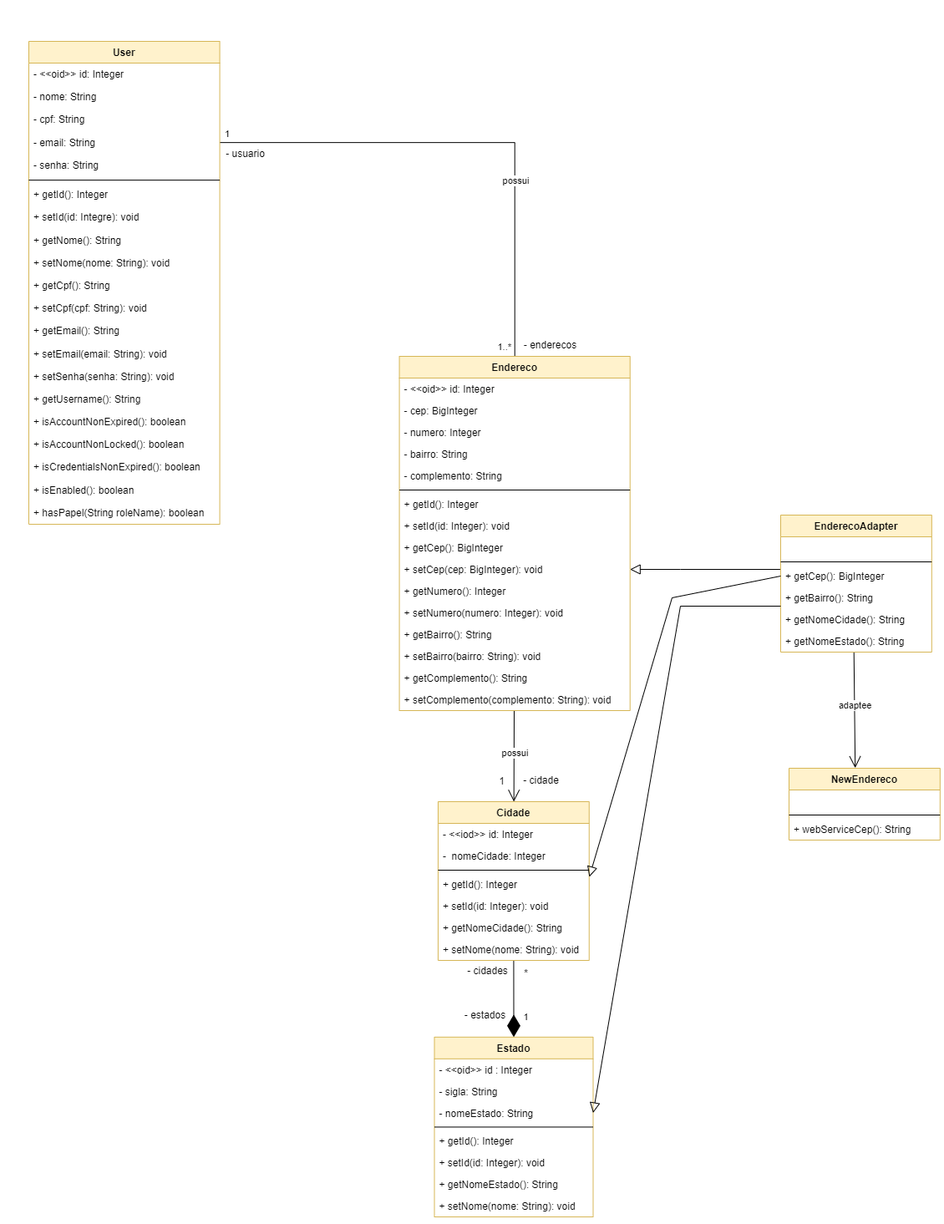
Above: docs/img/DiagramaAdapter.png in UnBArqDsw2022-1/2022.1_G3_Bazar (draw.io), before the change. Source tidied: cells renumbered, new cells last; positions are measured from the earlier drawing's top-left corner, leaving out a move shared by most shapes.
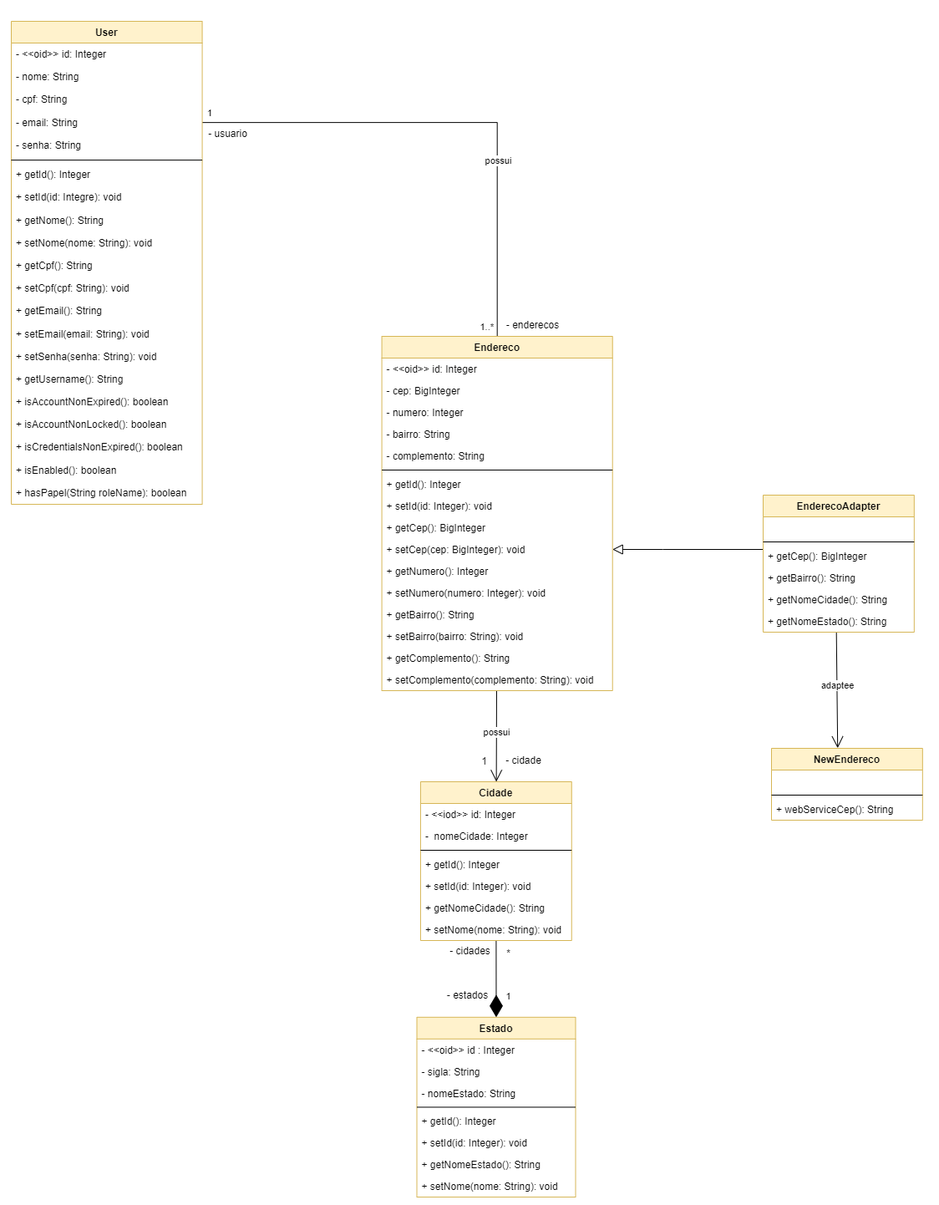
The same diagram one commit later.

Commit message:
Att Diagrama Adapter

What changed in the source:
```diff
@@ -307,21 +307,6 @@
     <mxCell id="99" value="adaptee" style="edgeLabel;html=1;align=center;verticalAlign=middle;" parent="98" vertex="1">
       <mxGeometry x="-0.09" relative="1" as="geometry" />
     </mxCell>
-    <mxCell id="100" style="endArrow=block;html=1;rounded=0;startArrow=none;startFill=0;endFill=0;strokeWidth=1;endSize=10;entryX=1.001;entryY=0.154;entryDx=0;entryDy=0;exitX=0;exitY=0.5;exitDx=0;exitDy=0;entryPerimeter=0;" parent="1" edge="1" source="94" target="58">
-      <mxGeometry relative="1" as="geometry">
-        <Array as="points">
-          <mxPoint x="1138" y="806" />
-        </Array>
-      </mxGeometry>
-    </mxCell>
-    <mxCell id="101" style="endArrow=block;html=1;rounded=0;startArrow=none;startFill=0;endFill=0;strokeWidth=1;endSize=10;entryX=1;entryY=0.5;entryDx=0;entryDy=0;" parent="1" edge="1" target="8">
-      <mxGeometry relative="1" as="geometry">
-        <mxPoint x="1268" y="816" as="sourcePoint" />
-        <Array as="points">
-          <mxPoint x="1148" y="816" />
-        </Array>
-      </mxGeometry>
-    </mxCell>
     <mxCell id="102" style="group;" parent="1" vertex="1">
       <mxGeometry x="1278" y="1010" width="180.8" height="145" as="geometry" />
     </mxCell>
```
